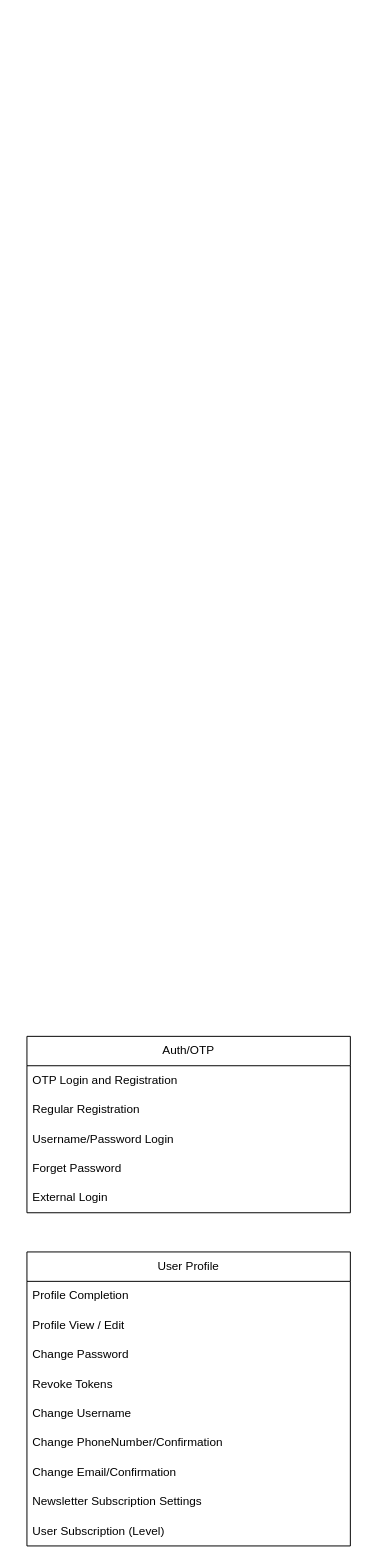
Earlier version of the draw.io diagram page "Components" (1 of 5) of SadinDEV.drawio (A-Programmer/SadinDev). Source tidied: cells renumbered, new cells numbered last; positions are measured from the earlier drawing's top-left corner, leaving out a move shared by most shapes. Both pictures are drawn from the tidied source at 98%, with x=0, y=0 at pixel (26, 1036).
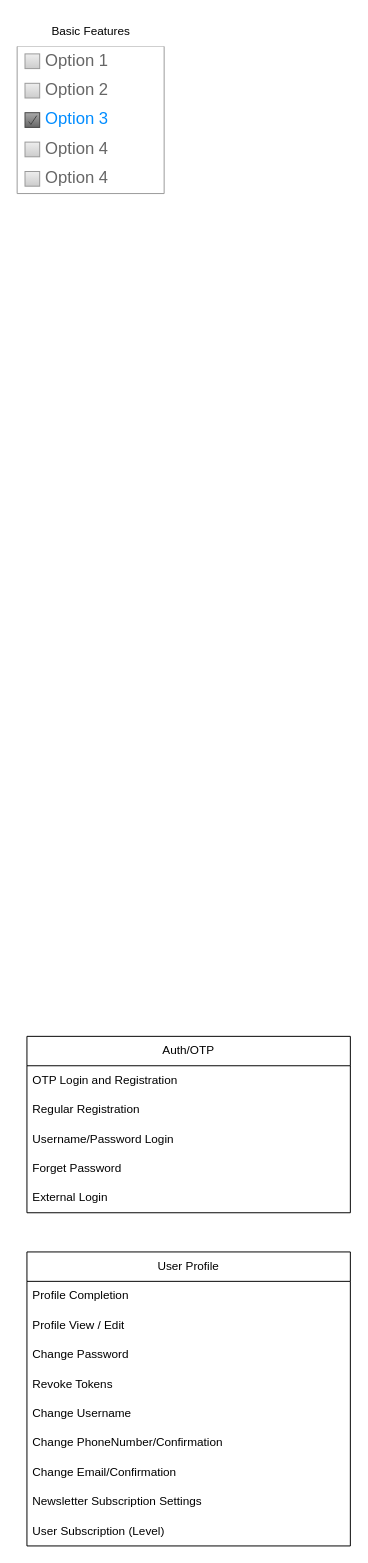
Above is the later version.

What changed in the source:
```diff
@@
+    <mxCell id="18" style="group;" parent="1" vertex="1">
+      <mxGeometry x="-10" y="-1040" width="150" height="180" as="geometry" />
+    </mxCell>
+    <mxCell id="19" style="swimlane;strokeColor=#999999;swimlaneFillColor=#FFFFFF;fillColor=#ffffff;fontColor=#666666;fontStyle=0;horizontal=1;startSize=0;whiteSpace=wrap;html=1;" parent="18" vertex="1">
+      <mxGeometry y="30" width="150" height="150" as="geometry" />
+    </mxCell>
+    <mxCell id="20" value="Option 1" style="text;strokeColor=none;align=left;verticalAlign=middle;spacingLeft=27;spacingRight=10;overflow=hidden;whiteSpace=wrap;html=1;fillColor=none;fontColor=inherit;fontSize=17;" parent="19" vertex="1">
+      <mxGeometry width="150" height="30" as="geometry" />
+    </mxCell>
+    <mxCell id="21" style="fillColor=#EEEEEE;strokeColor=#999999;gradientColor=#cccccc;html=1;" parent="20" vertex="1">
+      <mxGeometry y="0.5" width="15" height="15" relative="1" as="geometry">
+        <mxPoint x="8" y="-7.5" as="offset" />
+      </mxGeometry>
+    </mxCell>
+    <mxCell id="22" value="Option 2" style="text;strokeColor=none;align=left;verticalAlign=middle;spacingLeft=27;spacingRight=10;overflow=hidden;whiteSpace=wrap;html=1;rSize=5;fillColor=none;fontColor=inherit;fontSize=17;" parent="19" vertex="1">
+      <mxGeometry y="30" width="150" height="30" as="geometry" />
+    </mxCell>
+    <mxCell id="23" style="fillColor=#EEEEEE;strokeColor=#999999;gradientColor=#cccccc;html=1;" parent="22" vertex="1">
+      <mxGeometry y="0.5" width="15" height="15" relative="1" as="geometry">
+        <mxPoint x="8" y="-7.5" as="offset" />
+      </mxGeometry>
+    </mxCell>
+    <mxCell id="24" value="Option 3" style="text;strokeColor=none;align=left;verticalAlign=middle;spacingLeft=27;spacingRight=10;overflow=hidden;whiteSpace=wrap;html=1;rSize=5;fillColor=none;fontColor=#008CFF;fontSize=17;" parent="19" vertex="1">
+      <mxGeometry y="60" width="150" height="30" as="geometry" />
+    </mxCell>
+    <mxCell id="25" style="shape=mxgraph.mockup.forms.checkbox;fillColor=#AAAAAA;gradientColor=#666666;strokeColor=#444444;html=1;" parent="24" vertex="1">
+      <mxGeometry y="0.5" width="15" height="15" relative="1" as="geometry">
+        <mxPoint x="8" y="-7.5" as="offset" />
+      </mxGeometry>
+    </mxCell>
+    <mxCell id="26" value="Option 4" style="text;strokeColor=none;align=left;verticalAlign=middle;spacingLeft=27;spacingRight=10;overflow=hidden;whiteSpace=wrap;html=1;fillColor=none;fontColor=inherit;fontSize=17;" parent="19" vertex="1">
+      <mxGeometry y="90" width="150" height="30" as="geometry" />
+    </mxCell>
+    <mxCell id="27" style="fillColor=#EEEEEE;strokeColor=#999999;gradientColor=#cccccc;html=1;" parent="26" vertex="1">
+      <mxGeometry y="0.5" width="15" height="15" relative="1" as="geometry">
+        <mxPoint x="8" y="-7.5" as="offset" />
+      </mxGeometry>
+    </mxCell>
+    <mxCell id="28" value="Option 4" style="text;strokeColor=none;align=left;verticalAlign=middle;spacingLeft=27;spacingRight=10;overflow=hidden;whiteSpace=wrap;html=1;fillColor=none;fontColor=inherit;fontSize=17;" parent="19" vertex="1">
+      <mxGeometry y="120" width="150" height="30" as="geometry" />
+    </mxCell>
+    <mxCell id="29" style="fillColor=#EEEEEE;strokeColor=#999999;gradientColor=#cccccc;html=1;" parent="28" vertex="1">
+      <mxGeometry y="0.5" width="15" height="15" relative="1" as="geometry">
+        <mxPoint x="8" y="-7.5" as="offset" />
+      </mxGeometry>
+    </mxCell>
+    <mxCell id="30" value="Basic Features" style="text;html=1;whiteSpace=wrap;strokeColor=none;fillColor=none;align=center;verticalAlign=middle;rounded=0;" parent="18" vertex="1">
+      <mxGeometry x="22.5" width="105" height="30" as="geometry" />
+    </mxCell>
```
